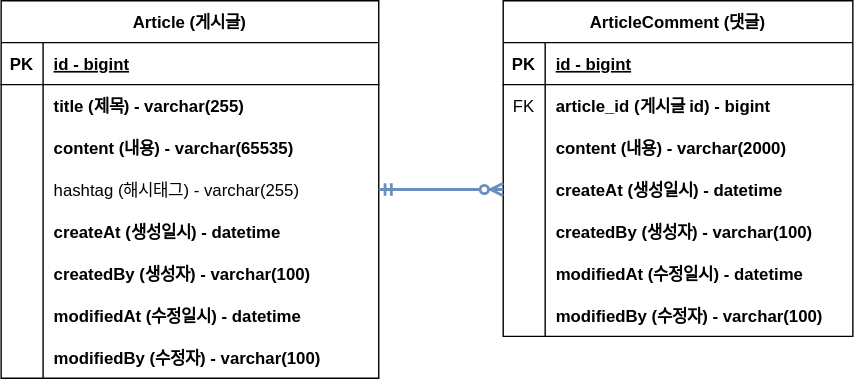
Lazencas/myweb-board keeps this draw.io diagram as documnent/project-board-erd.svg. Above is the earlier version. Source tidied: cells renumbered, new cells last; positions are measured from the earlier drawing's top-left corner, leaving out a move shared by most shapes.
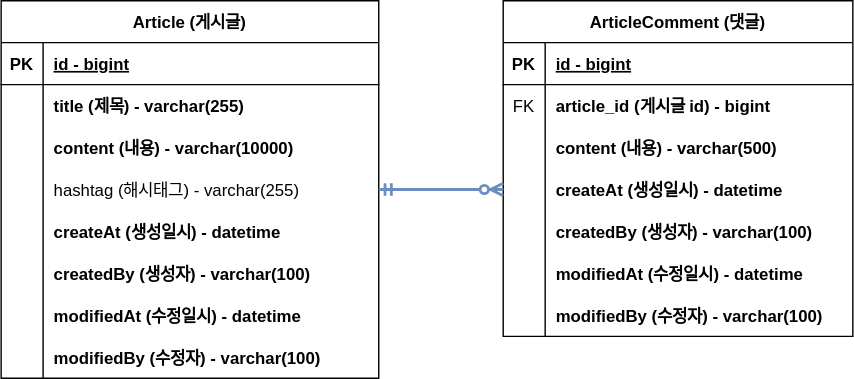
Above is the later version.

The edit, as a diff of the source:
```diff
@@ -29,7 +29,7 @@
     <mxCell id="10" style="shape=partialRectangle;fillColor=none;top=0;left=0;bottom=0;right=0;overflow=hidden;" parent="9" vertex="1">
       <mxGeometry width="30" height="30" as="geometry" />
     </mxCell>
-    <mxCell id="11" value="content (내용) - varchar(65535)" style="shape=partialRectangle;fillColor=none;top=0;left=0;bottom=0;right=0;align=left;spacingLeft=6;overflow=hidden;fontStyle=1;" parent="9" vertex="1">
+    <mxCell id="11" value="content (내용) - varchar(10000)" style="shape=partialRectangle;fillColor=none;top=0;left=0;bottom=0;right=0;align=left;spacingLeft=6;overflow=hidden;fontStyle=1;" parent="9" vertex="1">
       <mxGeometry x="30" width="240" height="30" as="geometry" />
     </mxCell>
     <mxCell id="12" style="shape=tableRow;horizontal=0;startSize=0;swimlaneHead=0;swimlaneBody=0;fillColor=none;points=[[0,0.5],[1,0.5]];portConstraint=eastwest;top=0;left=0;right=0;bottom=0;" parent="2" vertex="1">
@@ -104,7 +104,7 @@
     <mxCell id="35" style="shape=partialRectangle;fillColor=none;top=0;left=0;bottom=0;right=0;overflow=hidden;" parent="34" vertex="1">
       <mxGeometry width="30" height="30" as="geometry" />
     </mxCell>
-    <mxCell id="36" value="content (내용) - varchar(2000)" style="shape=partialRectangle;fillColor=none;top=0;left=0;bottom=0;right=0;align=left;spacingLeft=6;overflow=hidden;fontStyle=1;" parent="34" vertex="1">
+    <mxCell id="36" value="content (내용) - varchar(500)" style="shape=partialRectangle;fillColor=none;top=0;left=0;bottom=0;right=0;align=left;spacingLeft=6;overflow=hidden;fontStyle=1;" parent="34" vertex="1">
       <mxGeometry x="30" width="220" height="30" as="geometry" />
     </mxCell>
     <mxCell id="37" style="shape=tableRow;horizontal=0;startSize=0;swimlaneHead=0;swimlaneBody=0;fillColor=none;points=[[0,0.5],[1,0.5]];portConstraint=eastwest;top=0;left=0;right=0;bottom=0;" parent="27" vertex="1">
```
